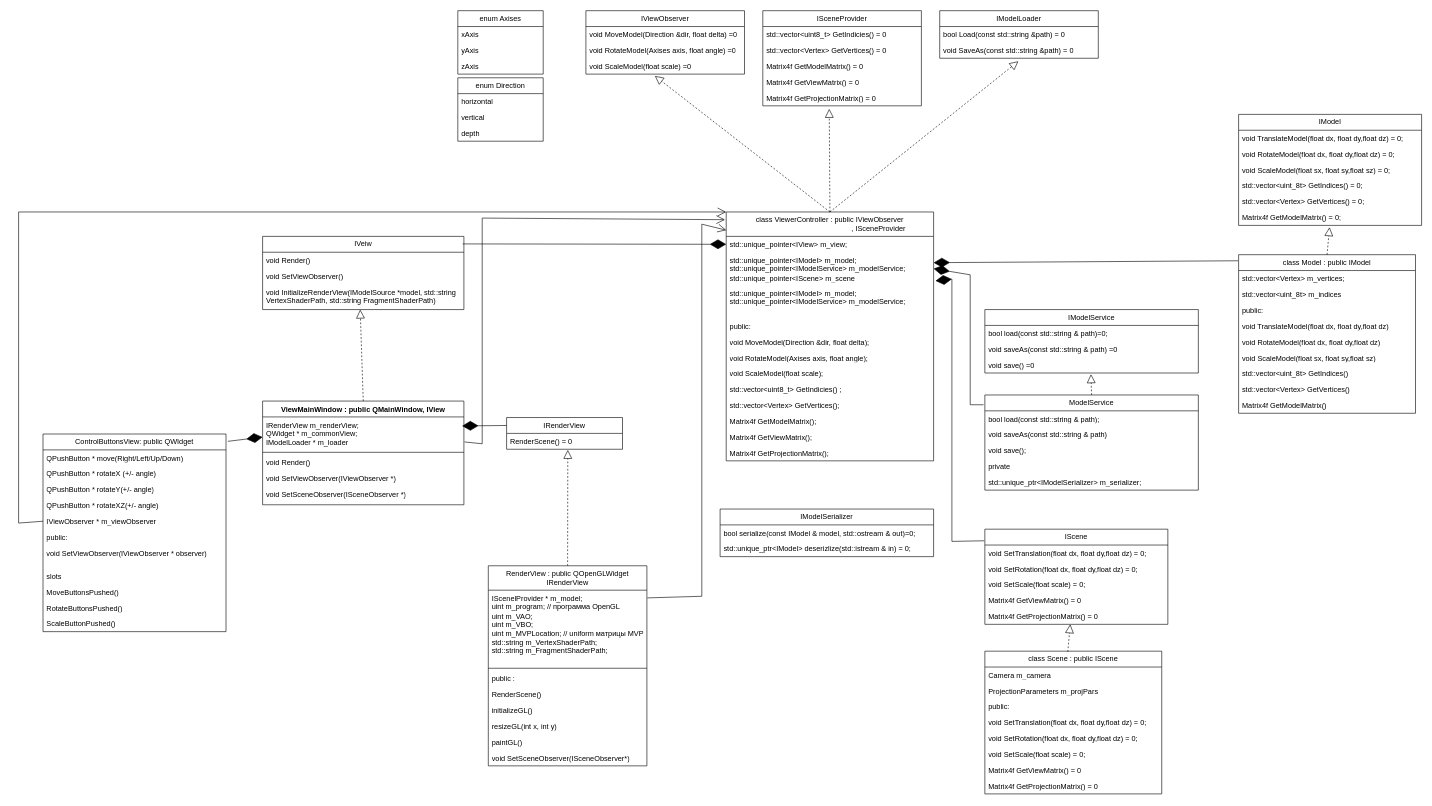
Earlier version of the draw.io diagram Arch/MVCDiagram.drawio (RomanMaksimenko/OglViewer3D). Source tidied: cells renumbered, new cells numbered last; positions are measured from the earlier drawing's top-left corner, leaving out a move shared by most shapes. Both pictures are drawn from the tidied source at 61%, with x=0, y=0 at pixel (18, 10).
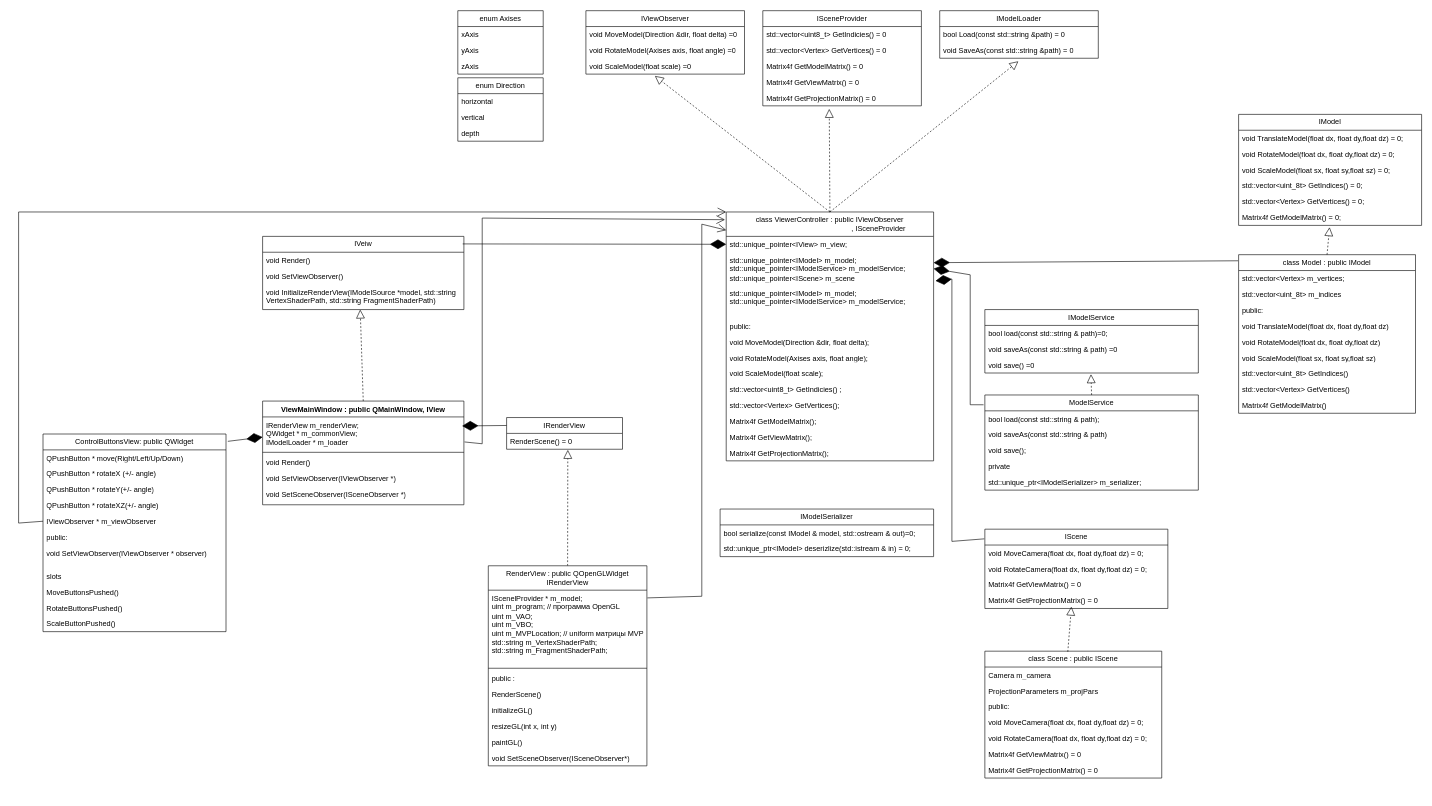
Above is the later version.

What changed in the source:
```diff
@@
     <mxCell id="114" value="IScene" style="swimlane;fontStyle=0;horizontal=1;startSize=26;fillColor=none;whiteSpace=wrap;html=1;" parent="1" vertex="1">
-      <mxGeometry x="1584" y="850" width="300" height="156" as="geometry" />
+      <mxGeometry x="1584" y="850" width="300" height="130" as="geometry" />
     </mxCell>
-    <mxCell id="115" value="void SetTranslation(float dx, float dy,float dz) = 0;" style="text;strokeColor=none;fillColor=none;align=left;verticalAlign=top;spacingLeft=4;spacingRight=4;overflow=hidden;whiteSpace=wrap;html=1;" parent="114" vertex="1">
+    <mxCell id="115" value="void MoveCamera(float dx, float dy,float dz) = 0;" style="text;strokeColor=none;fillColor=none;align=left;verticalAlign=top;spacingLeft=4;spacingRight=4;overflow=hidden;whiteSpace=wrap;html=1;" parent="114" vertex="1">
       <mxGeometry y="26" width="300" height="26" as="geometry" />
     </mxCell>
-    <mxCell id="116" value="void SetRotation(float dx, float dy,float dz) = 0;" style="text;strokeColor=none;fillColor=none;align=left;verticalAlign=top;spacingLeft=4;spacingRight=4;overflow=hidden;whiteSpace=wrap;html=1;" parent="114" vertex="1">
+    <mxCell id="116" value="void RotateCamera(float dx, float dy,float dz) = 0;" style="text;strokeColor=none;fillColor=none;align=left;verticalAlign=top;spacingLeft=4;spacingRight=4;overflow=hidden;whiteSpace=wrap;html=1;" parent="114" vertex="1">
       <mxGeometry y="52" width="300" height="26" as="geometry" />
     </mxCell>
-    <mxCell id="117" value="void SetScale(float scale) = 0;" style="text;strokeColor=none;fillColor=none;align=left;verticalAlign=top;spacingLeft=4;spacingRight=4;overflow=hidden;whiteSpace=wrap;html=1;" parent="114" vertex="1">
-      <mxGeometry y="78" width="300" height="26" as="geometry" />
-    </mxCell>
     <mxCell id="118" value="Matrix4f GetViewMatrix() = 0" style="text;strokeColor=none;fillColor=none;align=left;verticalAlign=top;spacingLeft=4;spacingRight=4;overflow=hidden;whiteSpace=wrap;html=1;" parent="114" vertex="1">
-      <mxGeometry y="104" width="300" height="26" as="geometry" />
+      <mxGeometry y="78" width="300" height="26" as="geometry" />
     </mxCell>
     <mxCell id="119" value="Matrix4f GetProjectionMatrix() = 0" style="text;strokeColor=none;fillColor=none;align=left;verticalAlign=top;spacingLeft=4;spacingRight=4;overflow=hidden;points=[[0,0.5],[1,0.5]];portConstraint=eastwest;whiteSpace=wrap;html=1;" parent="114" vertex="1">
-      <mxGeometry y="130" width="300" height="26" as="geometry" />
+      <mxGeometry y="104" width="300" height="26" as="geometry" />
     </mxCell>
     <mxCell id="120" value="class Scene : public IScene" style="swimlane;fontStyle=0;horizontal=1;startSize=26;fillColor=none;whiteSpace=wrap;html=1;" parent="1" vertex="1">
-      <mxGeometry x="1584" y="1050" width="290" height="234" as="geometry" />
+      <mxGeometry x="1584" y="1050" width="290" height="208" as="geometry" />
     </mxCell>
@@
-    <mxCell id="124" value="void SetTranslation(float dx, float dy,float dz) = 0;" style="text;strokeColor=none;fillColor=none;align=left;verticalAlign=top;spacingLeft=4;spacingRight=4;overflow=hidden;whiteSpace=wrap;html=1;" parent="120" vertex="1">
+    <mxCell id="124" value="void MoveCamera(float dx, float dy,float dz) = 0;" style="text;strokeColor=none;fillColor=none;align=left;verticalAlign=top;spacingLeft=4;spacingRight=4;overflow=hidden;whiteSpace=wrap;html=1;" parent="120" vertex="1">
       <mxGeometry y="104" width="290" height="26" as="geometry" />
     </mxCell>
-    <mxCell id="125" value="void SetRotation(float dx, float dy,float dz) = 0;" style="text;strokeColor=none;fillColor=none;align=left;verticalAlign=top;spacingLeft=4;spacingRight=4;overflow=hidden;whiteSpace=wrap;html=1;" parent="120" vertex="1">
+    <mxCell id="125" value="void RotateCamera(float dx, float dy,float dz) = 0;" style="text;strokeColor=none;fillColor=none;align=left;verticalAlign=top;spacingLeft=4;spacingRight=4;overflow=hidden;whiteSpace=wrap;html=1;" parent="120" vertex="1">
       <mxGeometry y="130" width="290" height="26" as="geometry" />
     </mxCell>
-    <mxCell id="126" value="void SetScale(float scale) = 0;" style="text;strokeColor=none;fillColor=none;align=left;verticalAlign=top;spacingLeft=4;spacingRight=4;overflow=hidden;whiteSpace=wrap;html=1;" parent="120" vertex="1">
-      <mxGeometry y="156" width="290" height="26" as="geometry" />
-    </mxCell>
     <mxCell id="127" value="Matrix4f GetViewMatrix() = 0" style="text;strokeColor=none;fillColor=none;align=left;verticalAlign=top;spacingLeft=4;spacingRight=4;overflow=hidden;whiteSpace=wrap;html=1;" parent="120" vertex="1">
-      <mxGeometry y="182" width="290" height="26" as="geometry" />
+      <mxGeometry y="156" width="290" height="26" as="geometry" />
     </mxCell>
     <mxCell id="128" value="Matrix4f GetProjectionMatrix() = 0" style="text;strokeColor=none;fillColor=none;align=left;verticalAlign=top;spacingLeft=4;spacingRight=4;overflow=hidden;whiteSpace=wrap;html=1;" parent="120" vertex="1">
-      <mxGeometry y="208" width="290" height="26" as="geometry" />
+      <mxGeometry y="182" width="290" height="26" as="geometry" />
     </mxCell>
-    <mxCell id="129" style="endArrow=block;dashed=1;endFill=0;endSize=12;html=1;rounded=0;entryX=0.497;entryY=1.115;entryDx=0;entryDy=0;entryPerimeter=0;exitX=0.5;exitY=0;exitDx=0;exitDy=0;" parent="1" edge="1">
+    <mxCell id="129" style="endArrow=block;dashed=1;endFill=0;endSize=12;html=1;rounded=0;exitX=0.5;exitY=0;exitDx=0;exitDy=0;entryX=0.473;entryY=0.885;entryDx=0;entryDy=0;entryPerimeter=0;" parent="1" edge="1" target="119">
       <mxGeometry relative="1" as="geometry">
         <mxPoint x="1720" y="1051" as="sourcePoint" />
-        <mxPoint x="1724" y="1006" as="targetPoint" />
       </mxGeometry>
     </mxCell>
```
